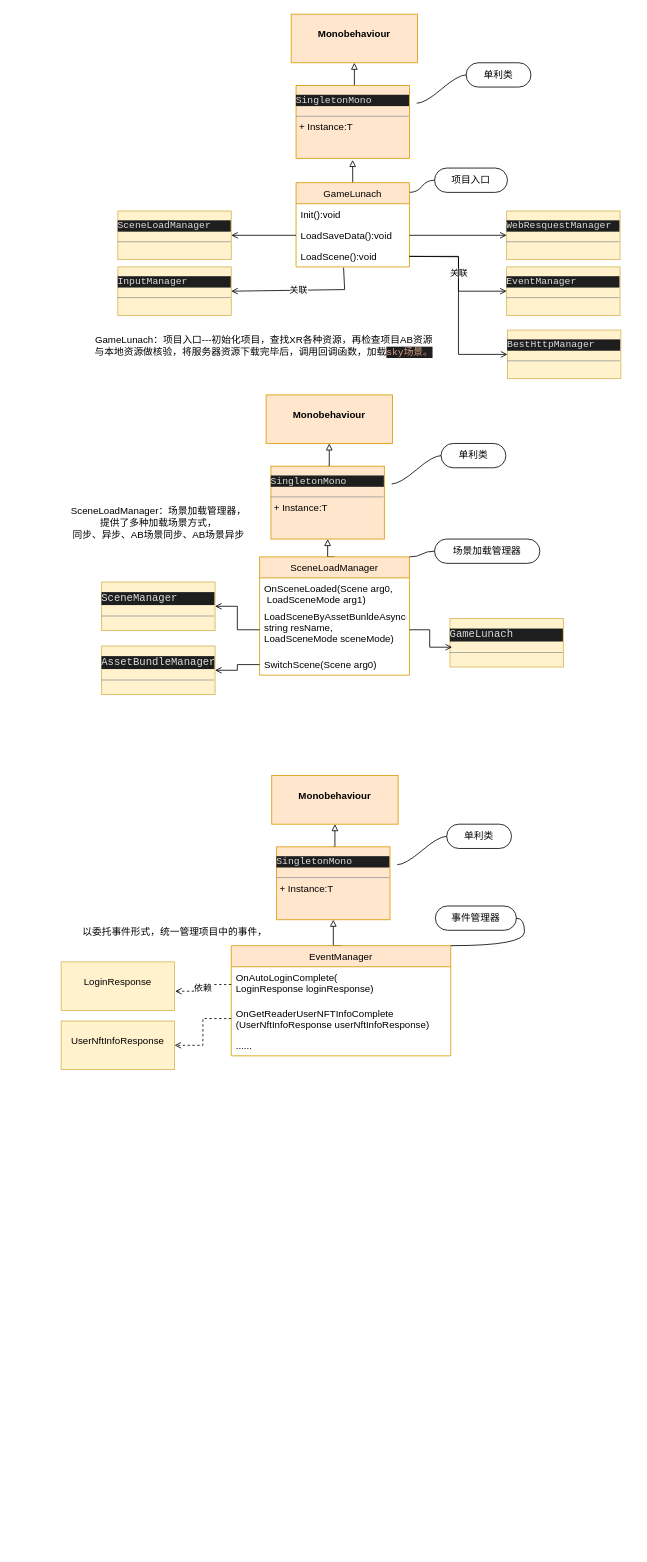
The draw.io diagram 未命名绘图.drawio in CXUI/DesignPattern, before the edit. Source tidied: cells renumbered, new cells numbered last; positions are measured from the earlier drawing's top-left corner, leaving out a move shared by most shapes. Both pictures are drawn from the tidied source at 81%, with x=0, y=0 at pixel (61, 14).
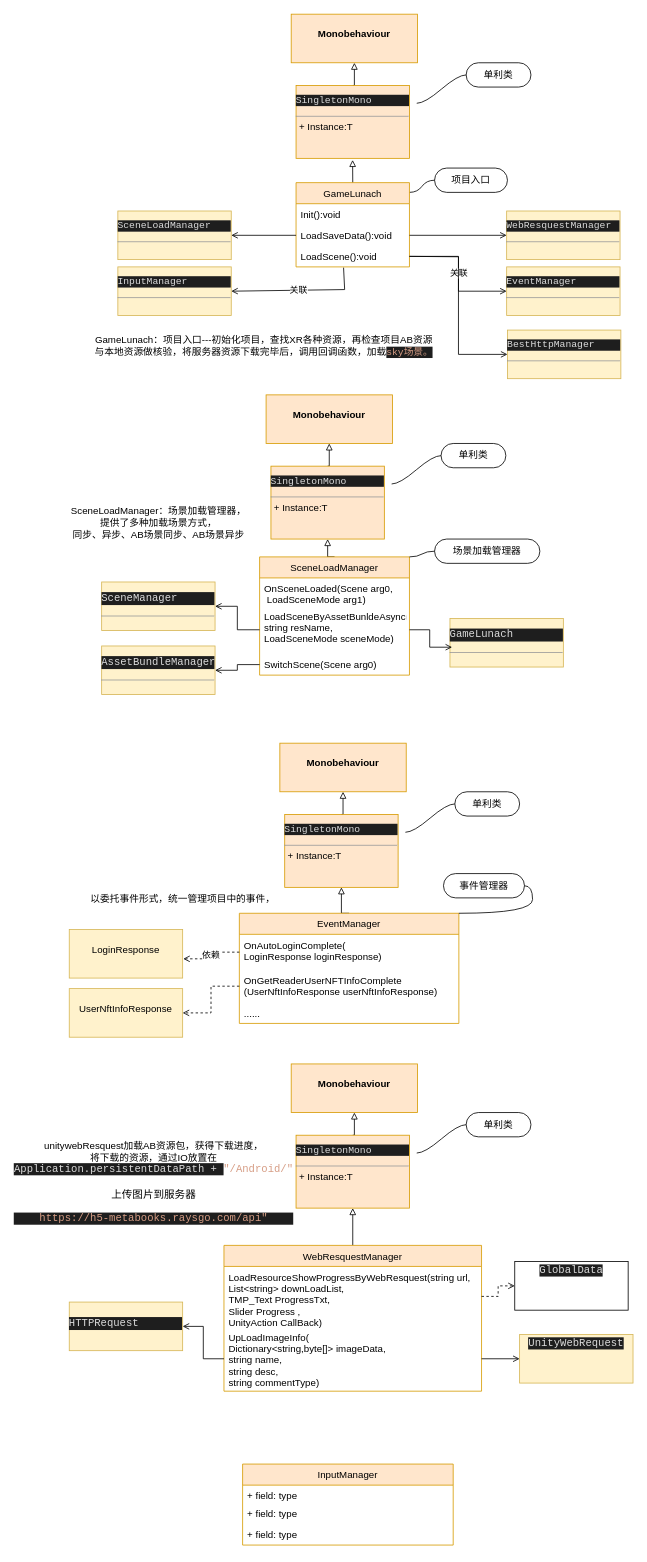
Above is the later version.

Commit message (it also covers changes not shown here):
更新未命名绘图.drawio

The edit, as a diff of the source:
```diff
@@
     <mxCell id="43" value="EventManager" style="swimlane;fontStyle=0;horizontal=1;startSize=26;fillColor=#ffe6cc;labelBackgroundColor=none;strokeColor=#d79b00;" parent="1" vertex="1">
-      <mxGeometry x="210" y="1150" width="271" height="136" as="geometry" />
+      <mxGeometry x="220" y="1110" width="271" height="136" as="geometry" />
     </mxCell>
@@
     <mxCell id="48" value="&lt;pre style=&quot;background-color:#1e1e1e;color:#dcdcdc;font-family:'Consolas',monospace;font-size:9.0pt;&quot;&gt;SingletonMono&lt;/pre&gt;&lt;hr size=&quot;1&quot;&gt;&lt;p style=&quot;margin:0px;margin-left:4px;&quot;&gt;+ Instance:T&lt;/p&gt;" style="verticalAlign=top;align=left;overflow=fill;fontSize=12;fontFamily=Helvetica;html=1;fillColor=#ffe6cc;strokeColor=#d79b00;" parent="1" vertex="1">
-      <mxGeometry x="266" y="1028" width="140" height="90" as="geometry" />
+      <mxGeometry x="276" y="988" width="140" height="90" as="geometry" />
     </mxCell>
     <mxCell id="49" value="单利类" style="whiteSpace=wrap;html=1;rounded=1;arcSize=50;align=center;verticalAlign=middle;strokeWidth=1;spacing=4;newEdgeStyle={&quot;edgeStyle&quot;:&quot;entityRelationEdgeStyle&quot;,&quot;startArrow&quot;:&quot;none&quot;,&quot;endArrow&quot;:&quot;none&quot;,&quot;segment&quot;:10,&quot;curved&quot;:1};labelBackgroundColor=none;" parent="1" vertex="1">
-      <mxGeometry x="476" y="1000" width="80" height="30" as="geometry" />
+      <mxGeometry x="486" y="960" width="80" height="30" as="geometry" />
     </mxCell>
     <mxCell id="50" style="edgeStyle=entityRelationEdgeStyle;startArrow=none;endArrow=none;segment=10;curved=1;rounded=0;" parent="1" edge="1" target="49">
       <mxGeometry relative="1" as="geometry">
-        <mxPoint x="415" y="1050" as="sourcePoint" />
+        <mxPoint x="425" y="1010" as="sourcePoint" />
       </mxGeometry>
     </mxCell>
     <mxCell id="51" value="&lt;p style=&quot;margin:0px;margin-top:4px;text-align:center;&quot;&gt;&lt;br&gt;&lt;b&gt;Monobehaviour&lt;/b&gt;&lt;/p&gt;" style="verticalAlign=top;align=left;overflow=fill;fontSize=12;fontFamily=Helvetica;html=1;labelBackgroundColor=none;fillColor=#ffe6cc;strokeColor=#d79b00;" parent="1" vertex="1">
-      <mxGeometry x="260" y="940" width="156" height="60" as="geometry" />
+      <mxGeometry x="270" y="900" width="156" height="60" as="geometry" />
     </mxCell>
     <mxCell id="52" value="事件管理器" style="whiteSpace=wrap;html=1;rounded=1;arcSize=50;align=center;verticalAlign=middle;strokeWidth=1;spacing=4;newEdgeStyle={&quot;edgeStyle&quot;:&quot;entityRelationEdgeStyle&quot;,&quot;startArrow&quot;:&quot;none&quot;,&quot;endArrow&quot;:&quot;none&quot;,&quot;segment&quot;:10,&quot;curved&quot;:1};labelBackgroundColor=none;" parent="1" vertex="1">
-      <mxGeometry x="462" y="1101" width="100" height="30" as="geometry" />
+      <mxGeometry x="472" y="1061" width="100" height="30" as="geometry" />
     </mxCell>
@@
     <mxCell id="54" value="以委托事件形式，统一管理项目中的事件，" style="text;html=1;align=center;verticalAlign=middle;strokeColor=none;fillColor=none;" parent="1" vertex="1">
-      <mxGeometry x="15" y="1118" width="250" height="30" as="geometry" />
+      <mxGeometry x="25" y="1078" width="250" height="30" as="geometry" />
     </mxCell>
     <mxCell id="55" value="&lt;p style=&quot;margin:0px;margin-top:4px;text-align:center;&quot;&gt;&lt;br&gt;&lt;span style=&quot;text-align: left;&quot;&gt;LoginResponse&lt;/span&gt;&lt;br&gt;&lt;/p&gt;" style="verticalAlign=top;align=left;overflow=fill;fontSize=12;fontFamily=Helvetica;html=1;labelBackgroundColor=none;fillColor=#fff2cc;strokeColor=#d6b656;" parent="1" vertex="1">
-      <mxGeometry y="1170" width="140" height="60" as="geometry" />
+      <mxGeometry x="10" y="1130" width="140" height="60" as="geometry" />
     </mxCell>
     <mxCell id="56" value="&lt;p style=&quot;margin:0px;margin-top:4px;text-align:center;&quot;&gt;&lt;br&gt;&lt;span style=&quot;text-align: left;&quot;&gt;UserNftInfoResponse&lt;/span&gt;&lt;br&gt;&lt;/p&gt;" style="verticalAlign=top;align=left;overflow=fill;fontSize=12;fontFamily=Helvetica;html=1;labelBackgroundColor=none;fillColor=#fff2cc;strokeColor=#d6b656;" parent="1" vertex="1">
-      <mxGeometry y="1243" width="140" height="60" as="geometry" />
+      <mxGeometry x="10" y="1203" width="140" height="60" as="geometry" />
     </mxCell>
@@
+    <mxCell id="61" style="edgeStyle=orthogonalEdgeStyle;rounded=0;jettySize=auto;html=1;exitX=0.5;exitY=0;exitDx=0;exitDy=0;entryX=0.5;entryY=1;entryDx=0;entryDy=0;endArrow=block;endFill=0;" parent="1" edge="1" source="62" target="66">
+      <mxGeometry relative="1" as="geometry" />
+    </mxCell>
+    <mxCell id="62" value="WebResquestManager" style="swimlane;fontStyle=0;horizontal=1;startSize=26;fillColor=#ffe6cc;labelBackgroundColor=none;strokeColor=#d79b00;" parent="1" vertex="1">
+      <mxGeometry x="201" y="1520" width="318" height="180" as="geometry" />
+    </mxCell>
+    <mxCell id="63" value=" LoadResourceShowProgressByWebResquest(string url,&#10; List&lt;string&gt; downLoadList,&#10;TMP_Text ProgressTxt,&#10;Slider Progress ,&#10;UnityAction CallBack)" style="text;strokeColor=none;fillColor=none;align=left;verticalAlign=top;spacingLeft=4;spacingRight=4;overflow=hidden;points=[[0,0.5],[1,0.5]];portConstraint=eastwest;labelBackgroundColor=none;" parent="62" vertex="1">
+      <mxGeometry y="26" width="318" height="74" as="geometry" />
+    </mxCell>
+    <mxCell id="64" value="UpLoadImageInfo(&#10;Dictionary&lt;string,byte[]&gt; imageData,&#10;string name,&#10;string desc,&#10;string commentType)" style="text;strokeColor=none;fillColor=none;align=left;verticalAlign=top;spacingLeft=4;spacingRight=4;overflow=hidden;points=[[0,0.5],[1,0.5]];portConstraint=eastwest;labelBackgroundColor=none;" parent="62" vertex="1">
+      <mxGeometry y="100" width="318" height="80" as="geometry" />
+    </mxCell>
+    <mxCell id="65" style="edgeStyle=orthogonalEdgeStyle;rounded=0;jettySize=auto;html=1;exitX=0.5;exitY=0;exitDx=0;exitDy=0;entryX=0.5;entryY=1;entryDx=0;entryDy=0;endArrow=block;endFill=0;" parent="1" edge="1" source="66" target="69">
+      <mxGeometry relative="1" as="geometry" />
+    </mxCell>
+    <mxCell id="66" value="&lt;pre style=&quot;background-color:#1e1e1e;color:#dcdcdc;font-family:'Consolas',monospace;font-size:9.0pt;&quot;&gt;SingletonMono&lt;/pre&gt;&lt;hr size=&quot;1&quot;&gt;&lt;p style=&quot;margin:0px;margin-left:4px;&quot;&gt;+ Instance:T&lt;/p&gt;" style="verticalAlign=top;align=left;overflow=fill;fontSize=12;fontFamily=Helvetica;html=1;fillColor=#ffe6cc;strokeColor=#d79b00;" parent="1" vertex="1">
+      <mxGeometry x="290" y="1384" width="140" height="90" as="geometry" />
+    </mxCell>
+    <mxCell id="67" value="单利类" style="whiteSpace=wrap;html=1;rounded=1;arcSize=50;align=center;verticalAlign=middle;strokeWidth=1;spacing=4;newEdgeStyle={&quot;edgeStyle&quot;:&quot;entityRelationEdgeStyle&quot;,&quot;startArrow&quot;:&quot;none&quot;,&quot;endArrow&quot;:&quot;none&quot;,&quot;segment&quot;:10,&quot;curved&quot;:1};labelBackgroundColor=none;" parent="1" vertex="1">
+      <mxGeometry x="500" y="1356" width="80" height="30" as="geometry" />
+    </mxCell>
+    <mxCell id="68" style="edgeStyle=entityRelationEdgeStyle;startArrow=none;endArrow=none;segment=10;curved=1;rounded=0;" parent="1" edge="1" target="67">
+      <mxGeometry relative="1" as="geometry">
+        <mxPoint x="439" y="1406" as="sourcePoint" />
+      </mxGeometry>
+    </mxCell>
+    <mxCell id="69" value="&lt;p style=&quot;margin:0px;margin-top:4px;text-align:center;&quot;&gt;&lt;br&gt;&lt;b&gt;Monobehaviour&lt;/b&gt;&lt;/p&gt;" style="verticalAlign=top;align=left;overflow=fill;fontSize=12;fontFamily=Helvetica;html=1;labelBackgroundColor=none;fillColor=#ffe6cc;strokeColor=#d79b00;" parent="1" vertex="1">
+      <mxGeometry x="284" y="1296" width="156" height="60" as="geometry" />
+    </mxCell>
+    <mxCell id="70" value="unitywebResquest加载AB资源包，获得下载进度，&lt;br&gt;将下载的资源，通过IO放置在&lt;br&gt;&lt;span style=&quot;background-color: rgb(30, 30, 30); color: rgb(220, 220, 220); font-family: Consolas, monospace; font-size: 9.8pt;&quot;&gt;Application.persistentDataPath + &lt;/span&gt;&lt;span style=&quot;font-family: Consolas, monospace; font-size: 9.8pt;&quot;&gt;&lt;font color=&quot;#d69d85&quot;&gt;&quot;/Android/&quot;&lt;/font&gt;&lt;br&gt;&lt;br&gt;上传图片到服务器&lt;br&gt;&lt;/span&gt;&lt;pre style=&quot;background-color:#1e1e1e;color:#dcdcdc;font-family:'Consolas',monospace;font-size:9.8pt;&quot;&gt;&lt;span style=&quot;color:#d69d85;&quot;&gt;https://h5-metabooks.raysgo.com/api&quot;&lt;/span&gt;&lt;/pre&gt;" style="text;html=1;align=center;verticalAlign=middle;strokeColor=none;fillColor=none;" parent="1" vertex="1">
+      <mxGeometry x="-56" y="1384" width="340" height="130" as="geometry" />
+    </mxCell>
+    <mxCell id="71" value="&lt;p style=&quot;margin:0px;margin-top:4px;text-align:center;&quot;&gt;&lt;/p&gt;&lt;div style=&quot;height:2px;&quot;&gt;&lt;/div&gt;&lt;pre style=&quot;background-color:#1e1e1e;color:#dcdcdc;font-family:'Consolas',monospace;font-size:9.8pt;&quot;&gt;HTTPRequest&lt;/pre&gt;" style="verticalAlign=top;align=left;overflow=fill;fontSize=12;fontFamily=Helvetica;html=1;labelBackgroundColor=none;fillColor=#fff2cc;strokeColor=#d6b656;" parent="1" vertex="1">
+      <mxGeometry x="10" y="1590" width="140" height="60" as="geometry" />
+    </mxCell>
+    <mxCell id="72" style="edgeStyle=orthogonalEdgeStyle;rounded=0;jettySize=auto;html=1;exitX=0;exitY=0.5;exitDx=0;exitDy=0;entryX=1;entryY=0.5;entryDx=0;entryDy=0;fontColor=#000000;endArrow=open;endFill=0;" parent="1" edge="1" source="64" target="71">
+      <mxGeometry relative="1" as="geometry" />
+    </mxCell>
+    <mxCell id="73" value="&lt;p style=&quot;margin:0px;margin-top:4px;text-align:center;&quot;&gt;&lt;span style=&quot;background-color: rgb(30, 30, 30); color: rgb(220, 220, 220); font-family: Consolas, monospace; font-size: 9.8pt; text-align: left;&quot;&gt;UnityWebRequest&lt;/span&gt;&lt;br&gt;&lt;/p&gt;" style="verticalAlign=top;align=left;overflow=fill;fontSize=12;fontFamily=Helvetica;html=1;labelBackgroundColor=none;fillColor=#fff2cc;strokeColor=#d6b656;" parent="1" vertex="1">
+      <mxGeometry x="566" y="1630" width="140" height="60" as="geometry" />
+    </mxCell>
+    <mxCell id="74" style="edgeStyle=orthogonalEdgeStyle;rounded=0;jettySize=auto;html=1;exitX=1;exitY=0.5;exitDx=0;exitDy=0;entryX=0;entryY=0.5;entryDx=0;entryDy=0;fontColor=#000000;endArrow=open;endFill=0;" parent="1" edge="1" source="64" target="73">
+      <mxGeometry relative="1" as="geometry" />
+    </mxCell>
+    <mxCell id="75" value="&lt;p style=&quot;margin:0px;margin-top:4px;text-align:center;&quot;&gt;&lt;span style=&quot;background-color: rgb(30, 30, 30); color: rgb(220, 220, 220); font-family: Consolas, monospace; font-size: 9.8pt; text-align: left;&quot;&gt;GlobalData&lt;/span&gt;&lt;br&gt;&lt;/p&gt;" style="verticalAlign=top;align=left;overflow=fill;fontSize=12;fontFamily=Helvetica;html=1;labelBackgroundColor=none;fontColor=#000000;" parent="1" vertex="1">
+      <mxGeometry x="560" y="1540" width="140" height="60" as="geometry" />
+    </mxCell>
+    <mxCell id="76" style="edgeStyle=orthogonalEdgeStyle;rounded=0;jettySize=auto;html=1;exitX=1;exitY=0.5;exitDx=0;exitDy=0;entryX=0;entryY=0.5;entryDx=0;entryDy=0;fontColor=#000000;endArrow=open;endFill=0;dashed=1;" parent="1" edge="1" source="63" target="75">
+      <mxGeometry relative="1" as="geometry" />
+    </mxCell>
+    <mxCell id="77" value="InputManager" style="swimlane;fontStyle=0;horizontal=1;startSize=26;fillColor=#ffe6cc;labelBackgroundColor=none;strokeColor=#d79b00;" parent="1" vertex="1">
+      <mxGeometry x="224" y="1790" width="260" height="100" as="geometry" />
+    </mxCell>
+    <mxCell id="78" value="+ field: type" style="text;strokeColor=none;fillColor=none;align=left;verticalAlign=top;spacingLeft=4;spacingRight=4;overflow=hidden;labelBackgroundColor=none;fontColor=#000000;" parent="77" vertex="1">
+      <mxGeometry y="26" width="260" height="22" as="geometry" />
+    </mxCell>
+    <mxCell id="79" value="+ field: type" style="text;strokeColor=none;fillColor=none;align=left;verticalAlign=top;spacingLeft=4;spacingRight=4;overflow=hidden;labelBackgroundColor=none;fontColor=#000000;" parent="77" vertex="1">
+      <mxGeometry y="48" width="260" height="26" as="geometry" />
+    </mxCell>
+    <mxCell id="80" value="+ field: type" style="text;strokeColor=none;fillColor=none;align=left;verticalAlign=top;spacingLeft=4;spacingRight=4;overflow=hidden;labelBackgroundColor=none;fontColor=#000000;" parent="77" vertex="1">
+      <mxGeometry y="74" width="260" height="26" as="geometry" />
+    </mxCell>
```
